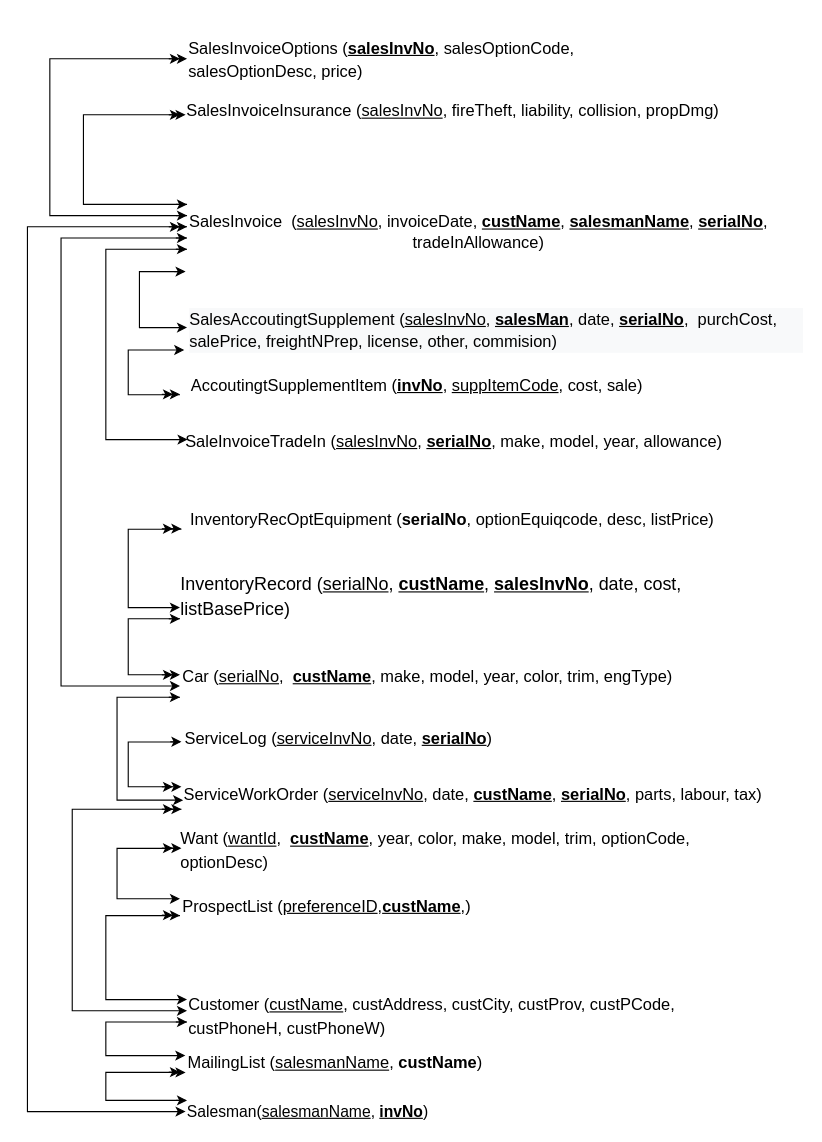
Above: structurediagram.drawio in tea-win/creatica (draw.io), before the change. Source tidied: cells renumbered, new cells numbered last; positions are measured from the earlier drawing's top-left corner, leaving out a move shared by most shapes. Both pictures are drawn from the tidied source at 112%, with x=0, y=0 at pixel (27, 47).
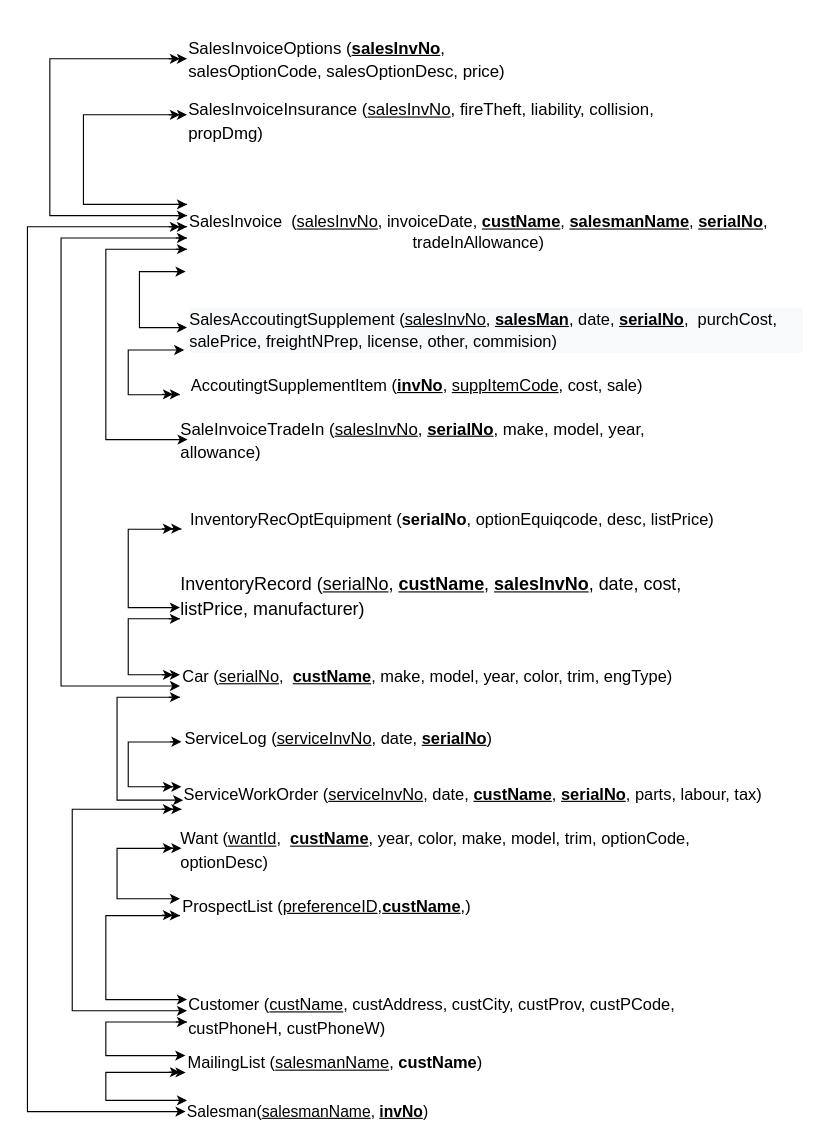
After the change.

Change to the diagram source:
```diff
@@
-    <mxCell id="10" value="&lt;span id=&quot;docs-internal-guid-f85bfaa0-7fff-9a6b-ba9b-2f663f60cca4&quot; style=&quot;text-align: left ; font-size: 16px&quot;&gt;&lt;p dir=&quot;ltr&quot; style=&quot;line-height: 1.38 ; margin-top: 12pt ; margin-bottom: 12pt&quot;&gt;&lt;span style=&quot;font-family: &amp;#34;arial&amp;#34; ; background-color: transparent ; vertical-align: baseline&quot;&gt;InventoryRecord (&lt;/span&gt;&lt;span style=&quot;font-family: &amp;#34;arial&amp;#34; ; background-color: transparent ; vertical-align: baseline&quot;&gt;&lt;u&gt;serialNo&lt;/u&gt;&lt;/span&gt;&lt;span style=&quot;font-family: &amp;#34;arial&amp;#34; ; background-color: transparent ; vertical-align: baseline&quot;&gt;,&amp;nbsp;&lt;/span&gt;&lt;span style=&quot;font-family: &amp;#34;arial&amp;#34; ; background-color: transparent ; vertical-align: baseline&quot;&gt;&lt;u&gt;&lt;b&gt;custName&lt;/b&gt;&lt;/u&gt;&lt;/span&gt;&lt;span style=&quot;font-family: &amp;#34;arial&amp;#34; ; background-color: transparent ; vertical-align: baseline&quot;&gt;,&amp;nbsp;&lt;/span&gt;&lt;span style=&quot;font-family: &amp;#34;arial&amp;#34; ; background-color: transparent ; vertical-align: baseline&quot;&gt;&lt;u&gt;&lt;b&gt;salesInvNo&lt;/b&gt;&lt;/u&gt;&lt;/span&gt;&lt;span style=&quot;font-family: &amp;#34;arial&amp;#34; ; background-color: transparent ; vertical-align: baseline&quot;&gt;, date, cost, listBasePrice)&lt;/span&gt;&lt;/p&gt;&lt;div&gt;&lt;span style=&quot;font-family: &amp;#34;arial&amp;#34; ; background-color: transparent ; vertical-align: baseline&quot;&gt;&lt;br&gt;&lt;/span&gt;&lt;/div&gt;&lt;/span&gt;" style="text;html=1;strokeColor=none;fillColor=none;align=center;verticalAlign=middle;whiteSpace=wrap;rounded=0;" parent="1" vertex="1">
+    <mxCell id="10" value="&lt;span id=&quot;docs-internal-guid-f85bfaa0-7fff-9a6b-ba9b-2f663f60cca4&quot; style=&quot;text-align: left ; font-size: 16px&quot;&gt;&lt;p dir=&quot;ltr&quot; style=&quot;line-height: 1.38 ; margin-top: 12pt ; margin-bottom: 12pt&quot;&gt;&lt;span style=&quot;font-family: &amp;#34;arial&amp;#34; ; background-color: transparent ; vertical-align: baseline&quot;&gt;InventoryRecord (&lt;/span&gt;&lt;span style=&quot;font-family: &amp;#34;arial&amp;#34; ; background-color: transparent ; vertical-align: baseline&quot;&gt;&lt;u&gt;serialNo&lt;/u&gt;&lt;/span&gt;&lt;span style=&quot;font-family: &amp;#34;arial&amp;#34; ; background-color: transparent ; vertical-align: baseline&quot;&gt;,&amp;nbsp;&lt;/span&gt;&lt;span style=&quot;font-family: &amp;#34;arial&amp;#34; ; background-color: transparent ; vertical-align: baseline&quot;&gt;&lt;u&gt;&lt;b&gt;custName&lt;/b&gt;&lt;/u&gt;&lt;/span&gt;&lt;span style=&quot;font-family: &amp;#34;arial&amp;#34; ; background-color: transparent ; vertical-align: baseline&quot;&gt;,&amp;nbsp;&lt;/span&gt;&lt;span style=&quot;font-family: &amp;#34;arial&amp;#34; ; background-color: transparent ; vertical-align: baseline&quot;&gt;&lt;u&gt;&lt;b&gt;salesInvNo&lt;/b&gt;&lt;/u&gt;&lt;/span&gt;&lt;span style=&quot;font-family: &amp;#34;arial&amp;#34; ; background-color: transparent ; vertical-align: baseline&quot;&gt;, date, cost, listPrice, manufacturer)&lt;/span&gt;&lt;/p&gt;&lt;div&gt;&lt;span style=&quot;font-family: &amp;#34;arial&amp;#34; ; background-color: transparent ; vertical-align: baseline&quot;&gt;&lt;br&gt;&lt;/span&gt;&lt;/div&gt;&lt;/span&gt;" style="text;html=1;strokeColor=none;fillColor=none;align=center;verticalAlign=middle;whiteSpace=wrap;rounded=0;" parent="1" vertex="1">
       <mxGeometry x="136.2" y="480" width="470" height="40" as="geometry" />
     </mxCell>
-    <mxCell id="11" value="&lt;span id=&quot;docs-internal-guid-f85bfaa0-7fff-9a6b-ba9b-2f663f60cca4&quot; style=&quot;text-align: left ; font-size: 13px&quot;&gt;&lt;p dir=&quot;ltr&quot; style=&quot;line-height: 1.38 ; margin-top: 12pt ; margin-bottom: 12pt&quot;&gt;&lt;span style=&quot;font-size: 11pt ; font-family: &amp;#34;arial&amp;#34; ; background-color: transparent ; vertical-align: baseline&quot;&gt;SalesInvoiceOptions (&lt;/span&gt;&lt;span style=&quot;font-size: 11pt ; font-family: &amp;#34;arial&amp;#34; ; background-color: transparent ; vertical-align: baseline&quot;&gt;&lt;b&gt;&lt;u&gt;salesInvNo&lt;/u&gt;&lt;/b&gt;&lt;/span&gt;&lt;span style=&quot;font-size: 11pt ; font-family: &amp;#34;arial&amp;#34; ; background-color: transparent ; vertical-align: baseline&quot;&gt;, salesOptionCode, salesOptionDesc, price)&lt;/span&gt;&lt;/p&gt;&lt;div&gt;&lt;span style=&quot;font-size: 11pt ; font-family: &amp;#34;arial&amp;#34; ; background-color: transparent ; vertical-align: baseline&quot;&gt;&lt;br&gt;&lt;/span&gt;&lt;/div&gt;&lt;/span&gt;" style="text;html=1;strokeColor=none;fillColor=none;align=center;verticalAlign=middle;whiteSpace=wrap;rounded=0;" parent="1" vertex="1">
+    <mxCell id="11" value="&lt;span id=&quot;docs-internal-guid-f85bfaa0-7fff-9a6b-ba9b-2f663f60cca4&quot; style=&quot;text-align: left ; font-size: 15px&quot;&gt;&lt;p dir=&quot;ltr&quot; style=&quot;line-height: 1.38 ; margin-top: 12pt ; margin-bottom: 12pt&quot;&gt;&lt;span style=&quot;font-family: &amp;#34;arial&amp;#34; ; background-color: transparent ; vertical-align: baseline&quot;&gt;SalesInvoiceOptions (&lt;/span&gt;&lt;span style=&quot;font-family: &amp;#34;arial&amp;#34; ; background-color: transparent ; vertical-align: baseline&quot;&gt;&lt;b&gt;&lt;u&gt;salesInvNo&lt;/u&gt;&lt;/b&gt;&lt;/span&gt;&lt;span style=&quot;font-family: &amp;#34;arial&amp;#34; ; background-color: transparent ; vertical-align: baseline&quot;&gt;, salesOptionCode, salesOptionDesc, price)&lt;/span&gt;&lt;/p&gt;&lt;div&gt;&lt;span style=&quot;font-family: &amp;#34;arial&amp;#34; ; background-color: transparent ; vertical-align: baseline&quot;&gt;&lt;br&gt;&lt;/span&gt;&lt;/div&gt;&lt;/span&gt;" style="text;html=1;strokeColor=none;fillColor=none;align=center;verticalAlign=middle;whiteSpace=wrap;rounded=0;" parent="1" vertex="1">
       <mxGeometry x="142.5" width="347.5" height="40" as="geometry" />
     </mxCell>
@@
-    <mxCell id="14" value="&lt;span id=&quot;docs-internal-guid-f85bfaa0-7fff-9a6b-ba9b-2f663f60cca4&quot; style=&quot;text-align: left ; font-size: 13px&quot;&gt;&lt;p dir=&quot;ltr&quot; style=&quot;line-height: 1.38 ; margin-top: 12pt ; margin-bottom: 12pt&quot;&gt;&lt;span style=&quot;font-size: 11pt ; font-family: &amp;#34;arial&amp;#34; ; background-color: transparent ; vertical-align: baseline&quot;&gt;SalesInvoiceInsurance (&lt;/span&gt;&lt;span style=&quot;font-size: 11pt ; font-family: &amp;#34;arial&amp;#34; ; background-color: transparent ; vertical-align: baseline&quot;&gt;&lt;u&gt;salesInvNo&lt;/u&gt;&lt;/span&gt;&lt;span style=&quot;font-size: 11pt ; font-family: &amp;#34;arial&amp;#34; ; background-color: transparent ; vertical-align: baseline&quot;&gt;, fireTheft, liability, collision, propDmg)&lt;/span&gt;&lt;/p&gt;&lt;div&gt;&lt;span style=&quot;font-size: 11pt ; font-family: &amp;#34;arial&amp;#34; ; background-color: transparent ; vertical-align: baseline&quot;&gt;&lt;br&gt;&lt;/span&gt;&lt;/div&gt;&lt;/span&gt;" style="text;html=1;strokeColor=none;fillColor=none;align=center;verticalAlign=middle;whiteSpace=wrap;rounded=0;" parent="1" vertex="1">
-      <mxGeometry x="141.2" y="50" width="477.5" height="30" as="geometry" />
+    <mxCell id="14" value="&lt;span id=&quot;docs-internal-guid-f85bfaa0-7fff-9a6b-ba9b-2f663f60cca4&quot; style=&quot;text-align: left ; font-size: 15px&quot;&gt;&lt;p dir=&quot;ltr&quot; style=&quot;line-height: 1.38 ; margin-top: 12pt ; margin-bottom: 12pt&quot;&gt;&lt;span style=&quot;font-family: &amp;#34;arial&amp;#34; ; background-color: transparent ; vertical-align: baseline&quot;&gt;SalesInvoiceInsurance (&lt;/span&gt;&lt;span style=&quot;font-family: &amp;#34;arial&amp;#34; ; background-color: transparent ; vertical-align: baseline&quot;&gt;&lt;u&gt;salesInvNo&lt;/u&gt;&lt;/span&gt;&lt;span style=&quot;font-family: &amp;#34;arial&amp;#34; ; background-color: transparent ; vertical-align: baseline&quot;&gt;, fireTheft, liability, collision, propDmg)&lt;/span&gt;&lt;/p&gt;&lt;div&gt;&lt;span style=&quot;font-family: &amp;#34;arial&amp;#34; ; background-color: transparent ; vertical-align: baseline&quot;&gt;&lt;br&gt;&lt;/span&gt;&lt;/div&gt;&lt;/span&gt;" style="text;html=1;strokeColor=none;fillColor=none;align=center;verticalAlign=middle;whiteSpace=wrap;rounded=0;" parent="1" vertex="1">
+      <mxGeometry x="142.5" y="60" width="477.5" height="30" as="geometry" />
     </mxCell>
-    <mxCell id="15" value="&lt;span id=&quot;docs-internal-guid-f85bfaa0-7fff-9a6b-ba9b-2f663f60cca4&quot; style=&quot;text-align: left ; font-size: 13px&quot;&gt;&lt;p dir=&quot;ltr&quot; style=&quot;line-height: 1.38 ; margin-top: 12pt ; margin-bottom: 12pt&quot;&gt;&lt;span style=&quot;font-size: 11pt ; font-family: &amp;#34;arial&amp;#34; ; background-color: transparent ; vertical-align: baseline&quot;&gt;SaleInvoiceTradeIn (&lt;/span&gt;&lt;span style=&quot;font-size: 11pt ; font-family: &amp;#34;arial&amp;#34; ; background-color: transparent ; vertical-align: baseline&quot;&gt;&lt;u&gt;salesInvNo&lt;/u&gt;&lt;/span&gt;&lt;span style=&quot;font-size: 11pt ; font-family: &amp;#34;arial&amp;#34; ; background-color: transparent ; vertical-align: baseline&quot;&gt;,&amp;nbsp;&lt;/span&gt;&lt;span style=&quot;font-size: 11pt ; font-family: &amp;#34;arial&amp;#34; ; background-color: transparent ; font-weight: 700 ; vertical-align: baseline&quot;&gt;&lt;u&gt;serialNo&lt;/u&gt;&lt;/span&gt;&lt;span style=&quot;font-size: 11pt ; font-family: &amp;#34;arial&amp;#34; ; background-color: transparent ; vertical-align: baseline&quot;&gt;, make, model, year, allowance)&lt;/span&gt;&lt;/p&gt;&lt;div&gt;&lt;span style=&quot;font-size: 11pt ; font-family: &amp;#34;arial&amp;#34; ; background-color: transparent ; vertical-align: baseline&quot;&gt;&lt;br&gt;&lt;/span&gt;&lt;/div&gt;&lt;/span&gt;" style="text;html=1;strokeColor=none;fillColor=none;align=center;verticalAlign=middle;whiteSpace=wrap;rounded=0;" parent="1" vertex="1">
+    <mxCell id="15" value="&lt;span id=&quot;docs-internal-guid-f85bfaa0-7fff-9a6b-ba9b-2f663f60cca4&quot; style=&quot;text-align: left ; font-size: 15px&quot;&gt;&lt;p dir=&quot;ltr&quot; style=&quot;line-height: 1.38 ; margin-top: 12pt ; margin-bottom: 12pt&quot;&gt;&lt;span style=&quot;font-family: &amp;#34;arial&amp;#34; ; background-color: transparent ; vertical-align: baseline&quot;&gt;SaleInvoiceTradeIn (&lt;/span&gt;&lt;span style=&quot;font-family: &amp;#34;arial&amp;#34; ; background-color: transparent ; vertical-align: baseline&quot;&gt;&lt;u&gt;salesInvNo&lt;/u&gt;&lt;/span&gt;&lt;span style=&quot;font-family: &amp;#34;arial&amp;#34; ; background-color: transparent ; vertical-align: baseline&quot;&gt;,&amp;nbsp;&lt;/span&gt;&lt;span style=&quot;font-family: &amp;#34;arial&amp;#34; ; background-color: transparent ; font-weight: 700 ; vertical-align: baseline&quot;&gt;&lt;u&gt;serialNo&lt;/u&gt;&lt;/span&gt;&lt;span style=&quot;font-family: &amp;#34;arial&amp;#34; ; background-color: transparent ; vertical-align: baseline&quot;&gt;, make, model, year, allowance)&lt;/span&gt;&lt;/p&gt;&lt;div&gt;&lt;span style=&quot;font-family: &amp;#34;arial&amp;#34; ; background-color: transparent ; vertical-align: baseline&quot;&gt;&lt;br&gt;&lt;/span&gt;&lt;/div&gt;&lt;/span&gt;" style="text;html=1;strokeColor=none;fillColor=none;align=center;verticalAlign=middle;whiteSpace=wrap;rounded=0;" parent="1" vertex="1">
       <mxGeometry x="136.2" y="340" width="490" height="40" as="geometry" />
     </mxCell>
-    <mxCell id="16" value="&lt;span id=&quot;docs-internal-guid-f85bfaa0-7fff-9a6b-ba9b-2f663f60cca4&quot; style=&quot;text-align: left ; font-size: 13px&quot;&gt;&lt;p dir=&quot;ltr&quot; style=&quot;line-height: 1.38 ; margin-top: 12pt ; margin-bottom: 12pt&quot;&gt;&lt;br&gt;&lt;/p&gt;&lt;/span&gt;" style="text;html=1;strokeColor=none;fillColor=none;align=center;verticalAlign=middle;whiteSpace=wrap;rounded=0;" parent="1" vertex="1">
-      <mxGeometry x="150" y="330" width="495" height="40" as="geometry" />
-    </mxCell>
```
